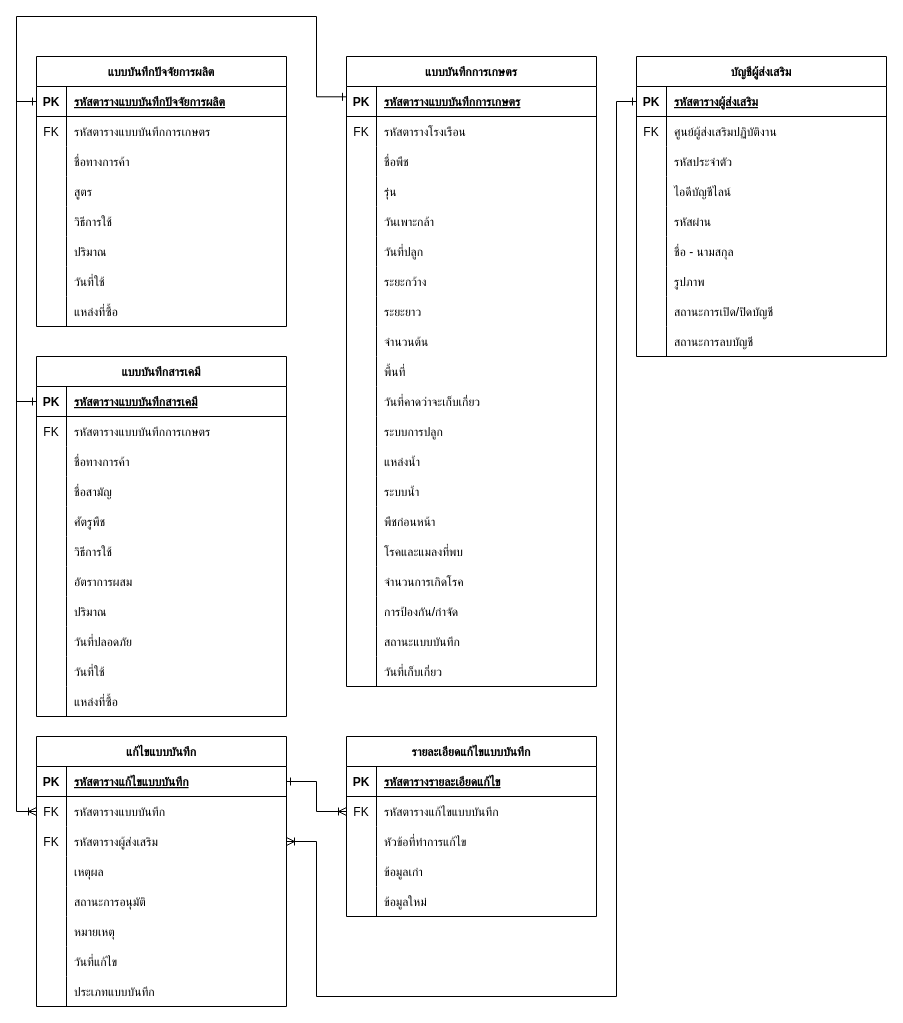
The draw.io diagram workFlow/ความสัมพันธุ์ การแก้ไขข้อมูลแบบบันทึกของเกษตรกร.drawio in thanawat1303/PROJECT-GAP, before the edit. Source tidied: cells renumbered, new cells numbered last; positions are measured from the earlier drawing's top-left corner, leaving out a move shared by most shapes. Both pictures are drawn from the tidied source at 100%, with x=0, y=0 at pixel (16, 16).
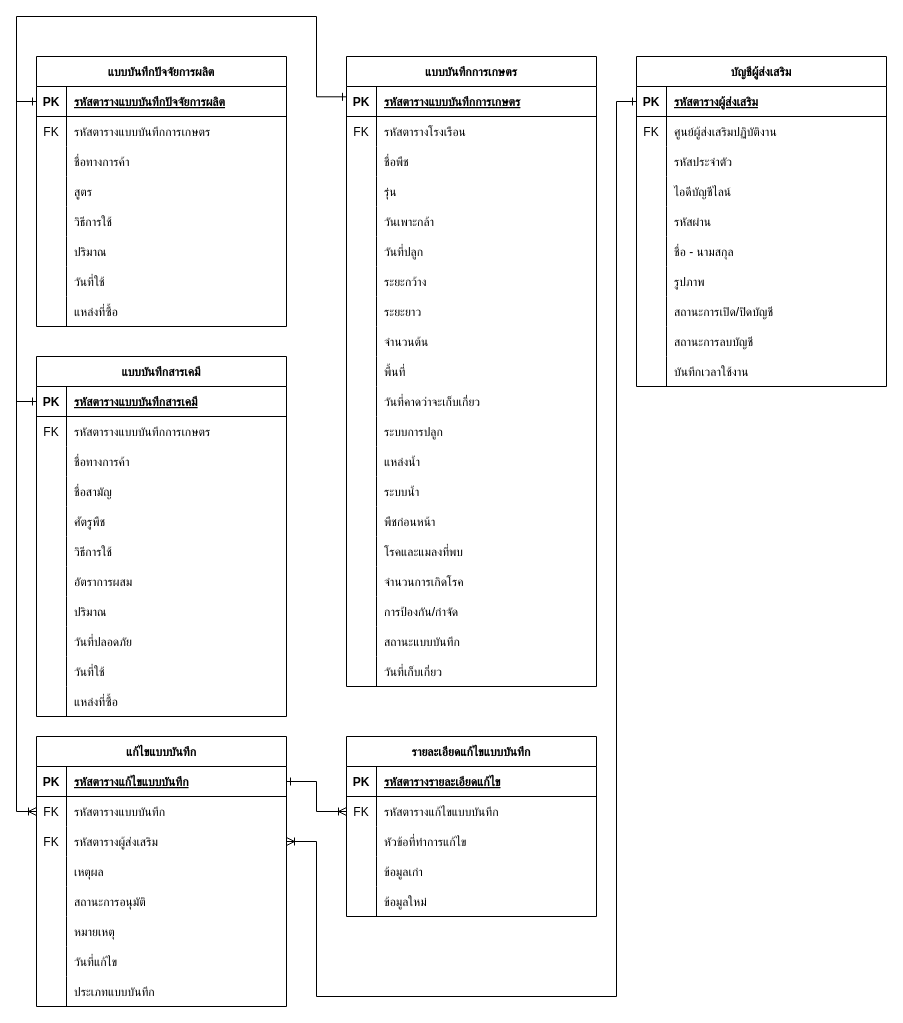
After the change.

Diff of the diagram source:
```diff
@@
     <mxCell id="2" value="บัญชีผู้ส่งเสริม" style="shape=table;startSize=30;childLayout=tableLayout;rowLines=0;fontStyle=1;align=center;" parent="1" vertex="1">
-      <mxGeometry x="620" y="40" width="250" height="300" as="geometry" />
+      <mxGeometry x="620" y="40" width="250" height="330" as="geometry" />
     </mxCell>
@@
+    <mxCell id="196" style="shape=partialRectangle;fillColor=none;top=0;left=0;right=0;bottom=0;" parent="2" vertex="1">
+      <mxGeometry y="300" width="250" height="30" as="geometry" />
+    </mxCell>
+    <mxCell id="197" style="shape=partialRectangle;overflow=hidden;fillColor=none;top=0;left=0;bottom=0;right=0;" parent="196" vertex="1">
+      <mxGeometry width="30" height="30" as="geometry" />
+    </mxCell>
+    <mxCell id="198" value="บันทึกเวลาใช้งาน" style="shape=partialRectangle;overflow=hidden;fillColor=none;top=0;left=0;bottom=0;right=0;align=left;spacingLeft=6;" parent="196" vertex="1">
+      <mxGeometry x="30" width="220" height="30" as="geometry" />
+    </mxCell>
```
